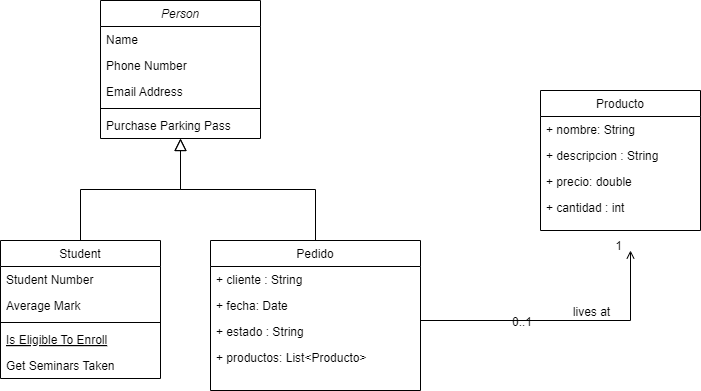
Earlier version of the draw.io export Diagrama sin título.drawio.png (Tumbaditoboy/pollitopio). Source tidied: cells renumbered, new cells last; positions are measured from the earlier drawing's top-left corner, leaving out a move shared by most shapes.
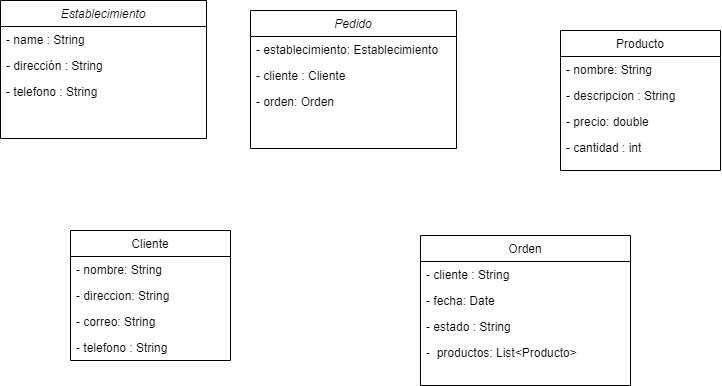
The same diagram one commit later.

The edit, as a diff of the source:
```diff
@@ -2,103 +2,74 @@
   <root>
     <mxCell id="0" />
     <mxCell id="1" parent="0" />
-    <mxCell id="2" value="Person" style="swimlane;fontStyle=2;align=center;verticalAlign=top;horizontal=1;startSize=26;rounded=0;shadow=0;strokeWidth=1;" parent="1" vertex="1">
-      <mxGeometry x="100" width="160" height="138" as="geometry" />
+    <mxCell id="2" value="Pedido" style="swimlane;fontStyle=2;align=center;verticalAlign=top;horizontal=1;startSize=26;rounded=0;shadow=0;strokeWidth=1;" parent="1" vertex="1">
+      <mxGeometry x="200" y="110" width="206" height="138" as="geometry" />
     </mxCell>
-    <mxCell id="3" value="Name" style="text;align=left;verticalAlign=top;spacingLeft=4;spacingRight=4;overflow=hidden;" parent="2" vertex="1">
-      <mxGeometry y="26" width="160" height="26" as="geometry" />
+    <mxCell id="3" value="- establecimiento: Establecimiento" style="text;align=left;verticalAlign=top;spacingLeft=4;spacingRight=4;overflow=hidden;" parent="2" vertex="1">
+      <mxGeometry y="26" width="206" height="26" as="geometry" />
     </mxCell>
-    <mxCell id="4" value="Phone Number" style="text;align=left;verticalAlign=top;spacingLeft=4;spacingRight=4;overflow=hidden;rounded=0;shadow=0;html=0;" parent="2" vertex="1">
-      <mxGeometry y="52" width="160" height="26" as="geometry" />
+    <mxCell id="4" value="- cliente : Cliente" style="text;align=left;verticalAlign=top;spacingLeft=4;spacingRight=4;overflow=hidden;rounded=0;shadow=0;html=0;" parent="2" vertex="1">
+      <mxGeometry y="52" width="206" height="26" as="geometry" />
     </mxCell>
-    <mxCell id="5" value="Email Address" style="text;align=left;verticalAlign=top;spacingLeft=4;spacingRight=4;overflow=hidden;rounded=0;shadow=0;html=0;" parent="2" vertex="1">
-      <mxGeometry y="78" width="160" height="26" as="geometry" />
+    <mxCell id="5" value="- orden: Orden" style="text;align=left;verticalAlign=top;spacingLeft=4;spacingRight=4;overflow=hidden;rounded=0;shadow=0;html=0;" parent="2" vertex="1">
+      <mxGeometry y="78" width="206" height="26" as="geometry" />
     </mxCell>
-    <mxCell id="6" style="line;html=1;strokeWidth=1;align=left;verticalAlign=middle;spacingTop=-1;spacingLeft=3;spacingRight=3;labelPosition=right;" parent="2" vertex="1">
-      <mxGeometry y="104" width="160" height="8" as="geometry" />
-    </mxCell>
-    <mxCell id="7" value="Purchase Parking Pass" style="text;align=left;verticalAlign=top;spacingLeft=4;spacingRight=4;overflow=hidden;" parent="2" vertex="1">
-      <mxGeometry y="112" width="160" height="26" as="geometry" />
-    </mxCell>
-    <mxCell id="8" value="Student" style="swimlane;fontStyle=0;align=center;verticalAlign=top;horizontal=1;startSize=26;rounded=0;shadow=0;strokeWidth=1;" parent="1" vertex="1">
-      <mxGeometry y="240" width="160" height="138" as="geometry" />
+    <mxCell id="8" value="Cliente" style="swimlane;fontStyle=0;align=center;verticalAlign=top;horizontal=1;startSize=26;rounded=0;shadow=0;strokeWidth=1;" parent="1" vertex="1">
+      <mxGeometry x="20" y="330" width="160" height="130" as="geometry" />
     </mxCell>
-    <mxCell id="9" value="Student Number" style="text;align=left;verticalAlign=top;spacingLeft=4;spacingRight=4;overflow=hidden;" parent="8" vertex="1">
+    <mxCell id="9" value="- nombre: String" style="text;align=left;verticalAlign=top;spacingLeft=4;spacingRight=4;overflow=hidden;" parent="8" vertex="1">
       <mxGeometry y="26" width="160" height="26" as="geometry" />
     </mxCell>
-    <mxCell id="10" value="Average Mark" style="text;align=left;verticalAlign=top;spacingLeft=4;spacingRight=4;overflow=hidden;rounded=0;shadow=0;html=0;" parent="8" vertex="1">
+    <mxCell id="10" value="- direccion: String" style="text;align=left;verticalAlign=top;spacingLeft=4;spacingRight=4;overflow=hidden;rounded=0;shadow=0;html=0;" parent="8" vertex="1">
       <mxGeometry y="52" width="160" height="26" as="geometry" />
     </mxCell>
-    <mxCell id="11" style="line;html=1;strokeWidth=1;align=left;verticalAlign=middle;spacingTop=-1;spacingLeft=3;spacingRight=3;labelPosition=right;" parent="8" vertex="1">
-      <mxGeometry y="78" width="160" height="8" as="geometry" />
-    </mxCell>
-    <mxCell id="12" value="Is Eligible To Enroll" style="text;align=left;verticalAlign=top;spacingLeft=4;spacingRight=4;overflow=hidden;fontStyle=4;" parent="8" vertex="1">
-      <mxGeometry y="86" width="160" height="26" as="geometry" />
-    </mxCell>
-    <mxCell id="13" value="Get Seminars Taken" style="text;align=left;verticalAlign=top;spacingLeft=4;spacingRight=4;overflow=hidden;" parent="8" vertex="1">
-      <mxGeometry y="112" width="160" height="26" as="geometry" />
+    <mxCell id="13" value="- correo: String" style="text;align=left;verticalAlign=top;spacingLeft=4;spacingRight=4;overflow=hidden;" parent="8" vertex="1">
+      <mxGeometry y="78" width="160" height="26" as="geometry" />
     </mxCell>
-    <mxCell id="14" style="endArrow=block;endSize=10;endFill=0;shadow=0;strokeWidth=1;rounded=0;curved=0;edgeStyle=elbowEdgeStyle;elbow=vertical;" parent="1" edge="1" source="8" target="2">
-      <mxGeometry relative="1" as="geometry" />
-    </mxCell>
+    <mxCell id="30" value="- telefono : String  " style="text;align=left;verticalAlign=top;spacingLeft=4;spacingRight=4;overflow=hidden;" parent="8" vertex="1">
+      <mxGeometry y="104" width="160" height="26" as="geometry" />
+    </mxCell>
-    <mxCell id="15" value="Pedido" style="swimlane;fontStyle=0;align=center;verticalAlign=top;horizontal=1;startSize=26;rounded=0;shadow=0;strokeWidth=1;" parent="1" vertex="1">
-      <mxGeometry x="210" y="240" width="210" height="150" as="geometry" />
+    <mxCell id="15" value="Orden" style="swimlane;fontStyle=0;align=center;verticalAlign=top;horizontal=1;startSize=26;rounded=0;shadow=0;strokeWidth=1;" parent="1" vertex="1">
+      <mxGeometry x="370" y="335" width="210" height="150" as="geometry" />
     </mxCell>
-    <mxCell id="16" value="+ cliente : String" style="text;align=left;verticalAlign=top;spacingLeft=4;spacingRight=4;overflow=hidden;" parent="15" vertex="1">
+    <mxCell id="16" value="- cliente : String" style="text;align=left;verticalAlign=top;spacingLeft=4;spacingRight=4;overflow=hidden;" parent="15" vertex="1">
       <mxGeometry y="26" width="210" height="26" as="geometry" />
     </mxCell>
-    <mxCell id="17" value="+ fecha: Date " style="text;align=left;verticalAlign=top;spacingLeft=4;spacingRight=4;overflow=hidden;" parent="15" vertex="1">
+    <mxCell id="17" value="- fecha: Date " style="text;align=left;verticalAlign=top;spacingLeft=4;spacingRight=4;overflow=hidden;" parent="15" vertex="1">
       <mxGeometry y="52" width="210" height="26" as="geometry" />
     </mxCell>
-    <mxCell id="18" value="+ estado : String " style="text;align=left;verticalAlign=top;spacingLeft=4;spacingRight=4;overflow=hidden;" parent="15" vertex="1">
+    <mxCell id="18" value="- estado : String " style="text;align=left;verticalAlign=top;spacingLeft=4;spacingRight=4;overflow=hidden;" parent="15" vertex="1">
       <mxGeometry y="78" width="210" height="26" as="geometry" />
     </mxCell>
-    <mxCell id="19" value="+ productos: List&lt;Producto&gt;" style="text;align=left;verticalAlign=top;spacingLeft=4;spacingRight=4;overflow=hidden;" parent="15" vertex="1">
+    <mxCell id="19" value="-  productos: List&lt;Producto&gt;" style="text;align=left;verticalAlign=top;spacingLeft=4;spacingRight=4;overflow=hidden;" parent="15" vertex="1">
       <mxGeometry y="104" width="210" height="26" as="geometry" />
     </mxCell>
-    <mxCell id="20" style="endArrow=block;endSize=10;endFill=0;shadow=0;strokeWidth=1;rounded=0;curved=0;edgeStyle=elbowEdgeStyle;elbow=vertical;" parent="1" edge="1" source="15" target="2">
-      <mxGeometry relative="1" as="geometry" />
-    </mxCell>
     <mxCell id="21" value="Producto" style="swimlane;fontStyle=0;align=center;verticalAlign=top;horizontal=1;startSize=26;rounded=0;shadow=0;strokeWidth=1;" parent="1" vertex="1">
-      <mxGeometry x="540" y="90" width="160" height="140" as="geometry" />
+      <mxGeometry x="510" y="130" width="160" height="140" as="geometry" />
     </mxCell>
-    <mxCell id="22" value="+ nombre: String" style="text;align=left;verticalAlign=top;spacingLeft=4;spacingRight=4;overflow=hidden;" parent="21" vertex="1">
+    <mxCell id="22" value="- nombre: String" style="text;align=left;verticalAlign=top;spacingLeft=4;spacingRight=4;overflow=hidden;" parent="21" vertex="1">
       <mxGeometry y="26" width="160" height="26" as="geometry" />
     </mxCell>
-    <mxCell id="23" value="+ descripcion : String" style="text;align=left;verticalAlign=top;spacingLeft=4;spacingRight=4;overflow=hidden;rounded=0;shadow=0;html=0;" parent="21" vertex="1">
+    <mxCell id="23" value="- descripcion : String" style="text;align=left;verticalAlign=top;spacingLeft=4;spacingRight=4;overflow=hidden;rounded=0;shadow=0;html=0;" parent="21" vertex="1">
       <mxGeometry y="52" width="160" height="26" as="geometry" />
     </mxCell>
-    <mxCell id="24" value="+ precio: double" style="text;align=left;verticalAlign=top;spacingLeft=4;spacingRight=4;overflow=hidden;rounded=0;shadow=0;html=0;" parent="21" vertex="1">
+    <mxCell id="24" value="- precio: double" style="text;align=left;verticalAlign=top;spacingLeft=4;spacingRight=4;overflow=hidden;rounded=0;shadow=0;html=0;" parent="21" vertex="1">
       <mxGeometry y="78" width="160" height="26" as="geometry" />
     </mxCell>
-    <mxCell id="25" value="+ cantidad : int" style="text;align=left;verticalAlign=top;spacingLeft=4;spacingRight=4;overflow=hidden;rounded=0;shadow=0;html=0;" parent="21" vertex="1">
+    <mxCell id="25" value="- cantidad : int" style="text;align=left;verticalAlign=top;spacingLeft=4;spacingRight=4;overflow=hidden;rounded=0;shadow=0;html=0;" parent="21" vertex="1">
       <mxGeometry y="104" width="160" height="26" as="geometry" />
     </mxCell>
-    <mxCell id="26" style="endArrow=open;shadow=0;strokeWidth=1;rounded=0;curved=0;endFill=1;edgeStyle=elbowEdgeStyle;elbow=vertical;" parent="1" edge="1">
-      <mxGeometry x="0.5" y="41" relative="1" as="geometry">
-        <mxPoint x="420" y="310" as="sourcePoint" />
-        <mxPoint x="630" y="250" as="targetPoint" />
-        <Array as="points">
-          <mxPoint x="490" y="320" />
-          <mxPoint x="580" y="470" />
-        </Array>
-        <mxPoint x="-40" y="32" as="offset" />
-      </mxGeometry>
-    </mxCell>
-    <mxCell id="27" value="0..1" style="align=left;verticalAlign=bottom;labelBackgroundColor=none;fontSize=12;" parent="26" vertex="1">
-      <mxGeometry x="-1" relative="1" as="geometry">
-        <mxPoint x="90" y="20" as="offset" />
-      </mxGeometry>
-    </mxCell>
-    <mxCell id="28" value="1" style="align=right;verticalAlign=bottom;labelBackgroundColor=none;fontSize=12;" parent="26" vertex="1">
-      <mxGeometry x="1" relative="1" as="geometry">
-        <mxPoint x="-7" y="4" as="offset" />
-      </mxGeometry>
-    </mxCell>
-    <mxCell id="29" value="lives at" style="text;html=1;align=center;verticalAlign=middle;labelBackgroundColor=none;rounded=0;shadow=0;strokeWidth=1;fontSize=12;" parent="26" vertex="1">
-      <mxGeometry x="0.5" y="49" relative="1" as="geometry">
-        <mxPoint x="-38" y="40" as="offset" />
-      </mxGeometry>
-    </mxCell>
+    <mxCell id="31" value="Establecimiento" style="swimlane;fontStyle=2;align=center;verticalAlign=top;horizontal=1;startSize=26;rounded=0;shadow=0;strokeWidth=1;" parent="1" vertex="1">
+      <mxGeometry x="-50" y="100" width="206" height="138" as="geometry" />
+    </mxCell>
+    <mxCell id="32" value="- name : String" style="text;align=left;verticalAlign=top;spacingLeft=4;spacingRight=4;overflow=hidden;" parent="31" vertex="1">
+      <mxGeometry y="26" width="206" height="26" as="geometry" />
+    </mxCell>
+    <mxCell id="33" value="- dirección : String" style="text;align=left;verticalAlign=top;spacingLeft=4;spacingRight=4;overflow=hidden;rounded=0;shadow=0;html=0;" parent="31" vertex="1">
+      <mxGeometry y="52" width="206" height="26" as="geometry" />
+    </mxCell>
+    <mxCell id="34" value="- telefono : String" style="text;align=left;verticalAlign=top;spacingLeft=4;spacingRight=4;overflow=hidden;rounded=0;shadow=0;html=0;" parent="31" vertex="1">
+      <mxGeometry y="78" width="206" height="26" as="geometry" />
+    </mxCell>
   </root>
 </mxGraphModel>
```
